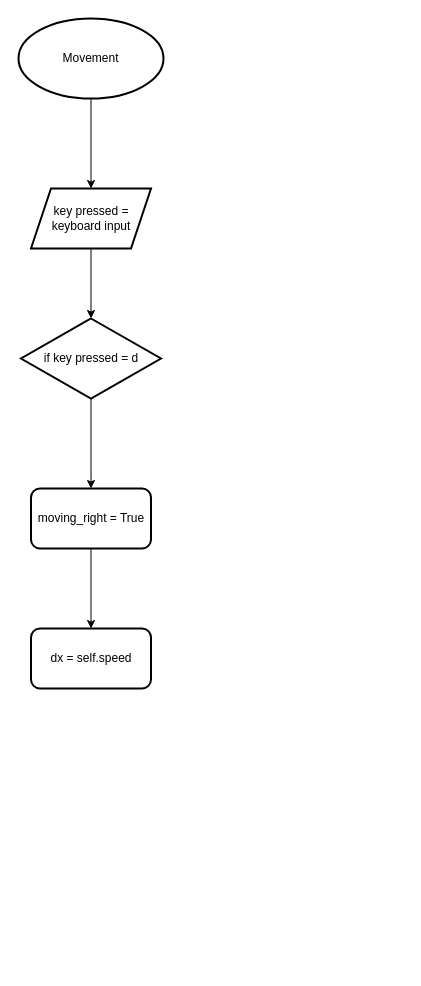
This is docs/Untitled Diagram.drawio from jlk31/CS-NEA, a draw.io file, before an edit. Source tidied: cells renumbered, new cells numbered last; positions are measured from the earlier drawing's top-left corner, leaving out a move shared by most shapes. Both pictures are drawn from the tidied source at 100%, with x=0, y=0 at pixel (18, 18).
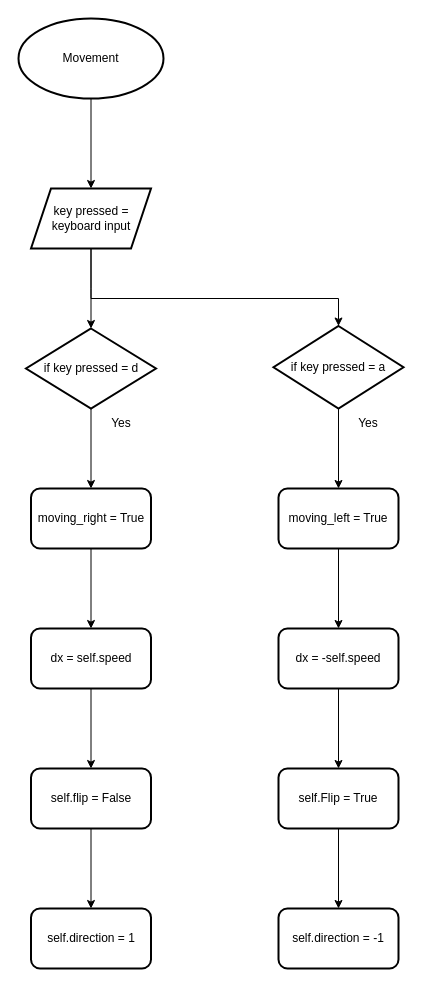
The same page after the edit.

The change refers to these unchanged cells:
```xml
<mxCell id="5" value="key pressed = keyboard input" style="shape=parallelogram;perimeter=parallelogramPerimeter;whiteSpace=wrap;html=1;fixedSize=1;strokeWidth=2;" parent="1" vertex="1">
  <mxGeometry x="12.5" y="170" width="120" height="60" as="geometry" />
</mxCell>
<mxCell id="10" value="dx = self.speed" style="whiteSpace=wrap;html=1;rounded=1;strokeWidth=2;" parent="1" vertex="1">
  <mxGeometry x="12.5" y="610" width="120" height="60" as="geometry" />
</mxCell>
```

The edit, as a diff of the source:
```diff
@@
-    <mxCell id="4" style="edgeStyle=orthogonalEdgeStyle;rounded=0;jettySize=auto;html=1;" parent="1" edge="1" source="5" target="7">
-      <mxGeometry relative="1" as="geometry" />
+    <mxCell id="4" style="edgeStyle=orthogonalEdgeStyle;rounded=0;jettySize=auto;html=1;entryX=0.5;entryY=0;entryDx=0;entryDy=0;" parent="1" edge="1" source="5" target="7">
+      <mxGeometry relative="1" as="geometry">
+        <Array as="points">
+          <mxPoint x="73" y="270" />
+          <mxPoint x="73" y="270" />
+          <mxPoint x="73" y="310" />
+        </Array>
+      </mxGeometry>
     </mxCell>
@@
     <mxCell id="7" value="if key pressed = d" style="rhombus;whiteSpace=wrap;html=1;strokeWidth=2;" parent="1" vertex="1">
-      <mxGeometry x="2.5" y="300" width="140" height="80" as="geometry" />
+      <mxGeometry x="7.5" y="310" width="130" height="80" as="geometry" />
     </mxCell>
@@
+    <mxCell id="11" style="edgeStyle=orthogonalEdgeStyle;rounded=0;jettySize=auto;html=1;" parent="1" edge="1" source="10" target="13">
+      <mxGeometry relative="1" as="geometry" />
+    </mxCell>
@@
+    <mxCell id="12" style="edgeStyle=orthogonalEdgeStyle;rounded=0;jettySize=auto;html=1;" parent="1" edge="1" source="13" target="14">
+      <mxGeometry relative="1" as="geometry" />
+    </mxCell>
+    <mxCell id="13" value="self.flip = False" style="whiteSpace=wrap;html=1;rounded=1;strokeWidth=2;" parent="1" vertex="1">
+      <mxGeometry x="12.5" y="750" width="120" height="60" as="geometry" />
+    </mxCell>
+    <mxCell id="14" value="&lt;div&gt;self.direction = 1&lt;/div&gt;" style="whiteSpace=wrap;html=1;rounded=1;strokeWidth=2;" parent="1" vertex="1">
+      <mxGeometry x="12.5" y="890" width="120" height="60" as="geometry" />
+    </mxCell>
+    <mxCell id="15" style="edgeStyle=orthogonalEdgeStyle;rounded=0;jettySize=auto;html=1;" parent="1" edge="1" source="16" target="18">
+      <mxGeometry relative="1" as="geometry" />
+    </mxCell>
+    <mxCell id="16" value="if key pressed = a" style="strokeWidth=2;html=1;shape=mxgraph.flowchart.decision;whiteSpace=wrap;" parent="1" vertex="1">
+      <mxGeometry x="255" y="307.5" width="130" height="82.5" as="geometry" />
+    </mxCell>
+    <mxCell id="17" style="edgeStyle=orthogonalEdgeStyle;rounded=0;jettySize=auto;html=1;" parent="1" edge="1" source="18" target="20">
+      <mxGeometry relative="1" as="geometry" />
+    </mxCell>
+    <mxCell id="18" value="moving_left = True " style="rounded=1;whiteSpace=wrap;html=1;strokeWidth=2;" parent="1" vertex="1">
+      <mxGeometry x="260" y="470" width="120" height="60" as="geometry" />
+    </mxCell>
+    <mxCell id="19" style="edgeStyle=orthogonalEdgeStyle;rounded=0;jettySize=auto;html=1;" parent="1" edge="1" source="20" target="22">
+      <mxGeometry relative="1" as="geometry" />
+    </mxCell>
+    <mxCell id="20" value="dx = -self.speed" style="whiteSpace=wrap;html=1;rounded=1;strokeWidth=2;" parent="1" vertex="1">
+      <mxGeometry x="260" y="610" width="120" height="60" as="geometry" />
+    </mxCell>
+    <mxCell id="21" style="edgeStyle=orthogonalEdgeStyle;rounded=0;jettySize=auto;html=1;" parent="1" edge="1" source="22" target="23">
+      <mxGeometry relative="1" as="geometry" />
+    </mxCell>
+    <mxCell id="22" value="&lt;div&gt;self.Flip = True&lt;/div&gt;" style="whiteSpace=wrap;html=1;rounded=1;strokeWidth=2;" parent="1" vertex="1">
+      <mxGeometry x="260" y="750" width="120" height="60" as="geometry" />
+    </mxCell>
+    <mxCell id="23" value="self.direction = -1" style="whiteSpace=wrap;html=1;rounded=1;strokeWidth=2;" parent="1" vertex="1">
+      <mxGeometry x="260" y="890" width="120" height="60" as="geometry" />
+    </mxCell>
+    <mxCell id="24" style="edgeStyle=orthogonalEdgeStyle;rounded=0;jettySize=auto;html=1;exitX=0.5;exitY=1;exitDx=0;exitDy=0;entryX=0.5;entryY=0;entryDx=0;entryDy=0;entryPerimeter=0;" parent="1" edge="1" source="5" target="16">
+      <mxGeometry relative="1" as="geometry">
+        <Array as="points">
+          <mxPoint x="73" y="280" />
+          <mxPoint x="320" y="280" />
+        </Array>
+      </mxGeometry>
+    </mxCell>
+    <mxCell id="25" value="Yes" style="text;html=1;align=center;verticalAlign=middle;whiteSpace=wrap;rounded=0;" parent="1" vertex="1">
+      <mxGeometry x="72.5" y="390" width="60" height="30" as="geometry" />
+    </mxCell>
+    <mxCell id="26" value="Yes" style="text;html=1;align=center;verticalAlign=middle;whiteSpace=wrap;rounded=0;" parent="1" vertex="1">
+      <mxGeometry x="320" y="390" width="60" height="30" as="geometry" />
+    </mxCell>
```
